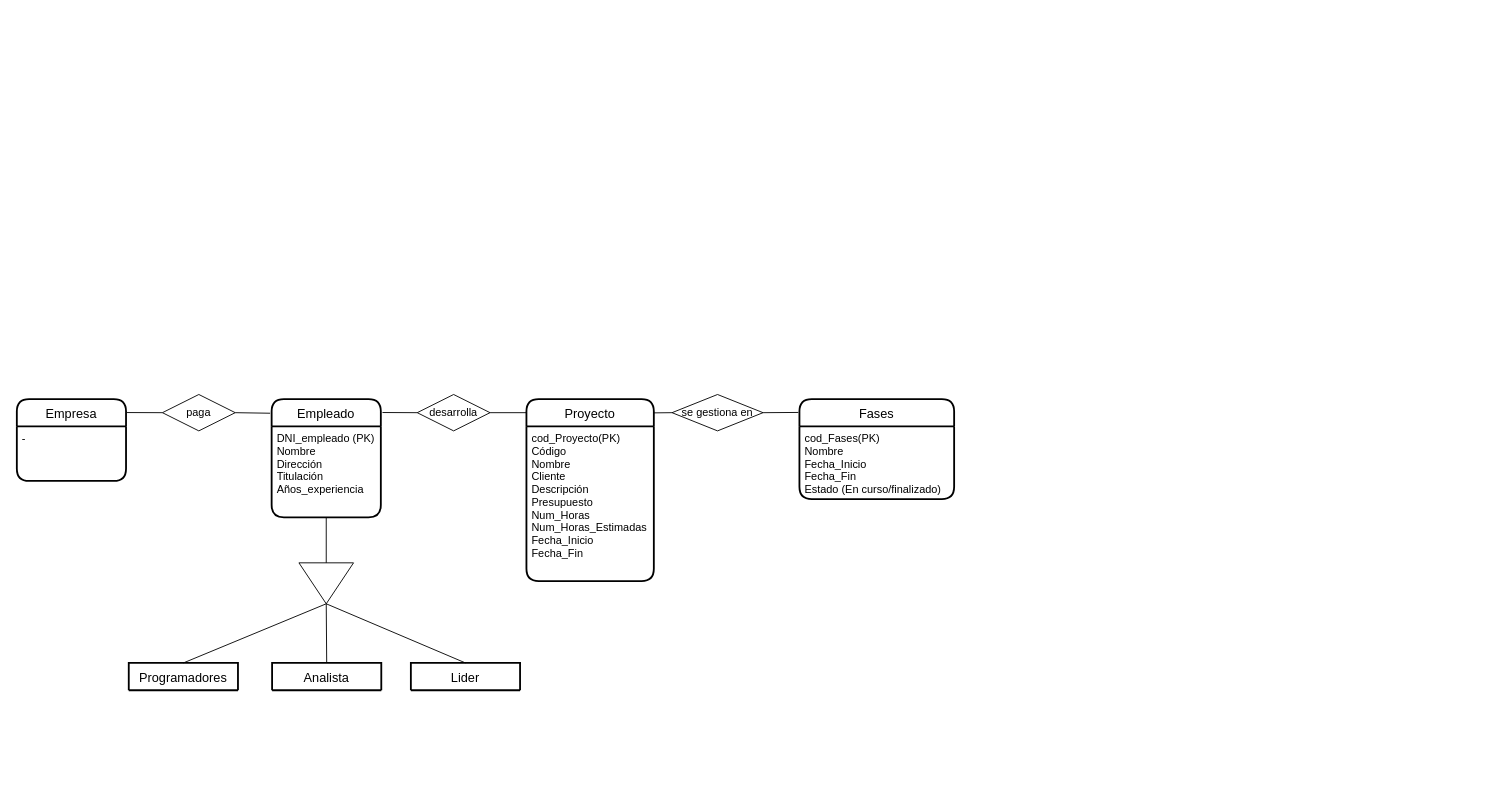
The draw.io diagram bbdd/Trimestre 2/Actividades/amado_cibreiro_andres_bd52/amado_cibreiro_andres_bd52.drawio in Amaado/DAM1_archives, before the edit. Source tidied: cells renumbered, new cells numbered last; positions are measured from the earlier drawing's top-left corner, leaving out a move shared by most shapes. Both pictures are drawn from the tidied source at 91%, with x=0, y=0 at pixel (16, 394).
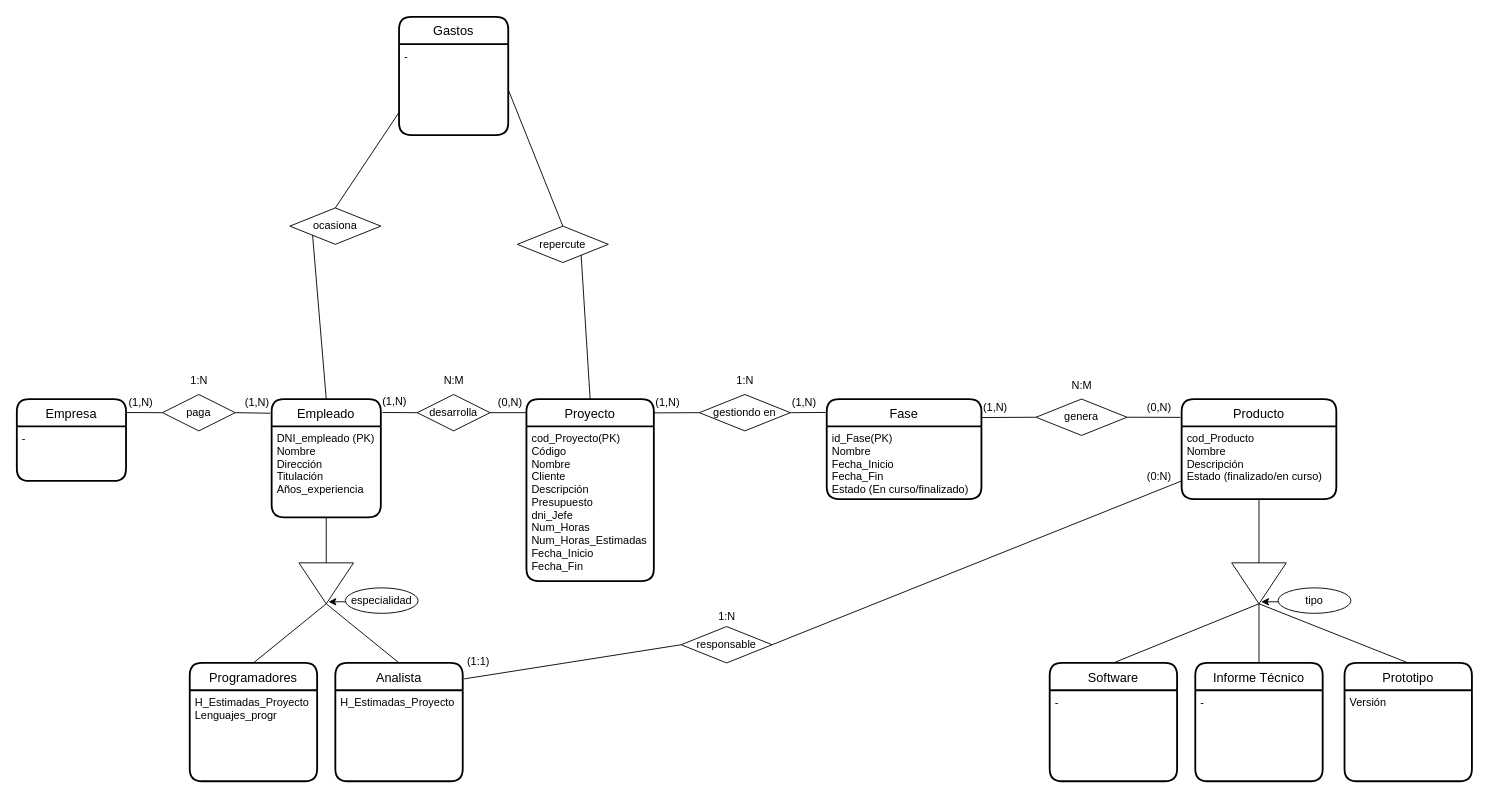
Above is the later version.

Unchanged cells that the change refers to:
```xml
<mxCell id="5" value="Proyecto" style="swimlane;horizontal=1;startSize=30;rounded=1;fontSize=14;fontStyle=0;strokeWidth=2;shadow=0;dashed=0;align=center;" parent="1" vertex="1">
  <mxGeometry x="560" y="5" width="140" height="200" as="geometry" />
</mxCell>
<mxCell id="10" value="Empleado" style="swimlane;horizontal=1;startSize=30;rounded=1;fontSize=14;fontStyle=0;strokeWidth=2;shadow=0;dashed=0;align=center;" parent="1" vertex="1">
  <mxGeometry x="280" y="5" width="120" height="130" as="geometry" />
</mxCell>
<mxCell id="14" style="triangle;whiteSpace=wrap;html=1;rotation=90;" parent="1" vertex="1">
  <mxGeometry x="317.5" y="177.5" width="45" height="60" as="geometry" />
</mxCell>
```

The edit, as a diff of the source:
```diff
@@
-    <mxCell id="6" value="cod_Proyecto(PK)&#10;Código&#10;Nombre&#10;Cliente&#10;Descripción&#10;Presupuesto&#10;Num_Horas&#10;Num_Horas_Estimadas&#10;Fecha_Inicio&#10;Fecha_Fin" style="align=left;strokeColor=none;fillColor=none;spacingLeft=4;fontSize=12;verticalAlign=top;fontStyle=0;" parent="5" vertex="1">
+    <mxCell id="6" value="cod_Proyecto(PK)&#10;Código&#10;Nombre&#10;Cliente&#10;Descripción&#10;Presupuesto&#10;dni_Jefe&#10;Num_Horas&#10;Num_Horas_Estimadas&#10;Fecha_Inicio&#10;Fecha_Fin" style="align=left;strokeColor=none;fillColor=none;spacingLeft=4;fontSize=12;verticalAlign=top;fontStyle=0;" parent="5" vertex="1">
       <mxGeometry y="30" width="140" height="170" as="geometry" />
     </mxCell>
-    <mxCell id="7" value="se gestiona en" style="shape=rhombus;perimeter=rhombusPerimeter;whiteSpace=wrap;html=1;align=center;" parent="1" vertex="1">
-      <mxGeometry x="720" width="100" height="40" as="geometry" />
+    <mxCell id="7" value="gestiondo en" style="shape=rhombus;perimeter=rhombusPerimeter;whiteSpace=wrap;html=1;align=center;" parent="1" vertex="1">
+      <mxGeometry x="750" width="100" height="40" as="geometry" />
     </mxCell>
-    <mxCell id="8" value="Fases" style="swimlane;horizontal=1;startSize=30;rounded=1;fontSize=14;fontStyle=0;strokeWidth=2;shadow=0;dashed=0;align=center;" parent="1" vertex="1">
-      <mxGeometry x="860" y="5" width="170" height="110" as="geometry" />
+    <mxCell id="8" value="Fase" style="swimlane;horizontal=1;startSize=30;rounded=1;fontSize=14;fontStyle=0;strokeWidth=2;shadow=0;dashed=0;align=center;" parent="1" vertex="1">
+      <mxGeometry x="890" y="5" width="170" height="110" as="geometry" />
     </mxCell>
-    <mxCell id="9" value="cod_Fases(PK)&#10;Nombre&#10;Fecha_Inicio&#10;Fecha_Fin&#10;Estado (En curso/finalizado)" style="align=left;strokeColor=none;fillColor=none;spacingLeft=4;fontSize=12;verticalAlign=top;fontStyle=0;" parent="8" vertex="1">
+    <mxCell id="9" value="id_Fase(PK)&#10;Nombre&#10;Fecha_Inicio&#10;Fecha_Fin&#10;Estado (En curso/finalizado)" style="align=left;strokeColor=none;fillColor=none;spacingLeft=4;fontSize=12;verticalAlign=top;fontStyle=0;" parent="8" vertex="1">
       <mxGeometry y="30" width="170" height="80" as="geometry" />
     </mxCell>
@@
-    <mxCell id="13" value="Analista" style="swimlane;horizontal=1;startSize=30;rounded=1;fontSize=14;fontStyle=0;strokeWidth=2;shadow=0;dashed=0;align=center;" parent="1" vertex="1" collapsed="1">
-      <mxGeometry x="280.5" y="295" width="120" height="30" as="geometry" />
+    <mxCell id="13" value="Analista" style="swimlane;horizontal=1;startSize=30;rounded=1;fontSize=14;fontStyle=0;strokeWidth=2;shadow=0;dashed=0;align=center;" parent="1" vertex="1">
+      <mxGeometry x="350" y="295" width="140" height="130" as="geometry" />
     </mxCell>
+    <mxCell id="27" value="H_Estimadas_Proyecto" style="align=left;strokeColor=none;fillColor=none;spacingLeft=4;fontSize=12;verticalAlign=top;fontStyle=0;" parent="13" vertex="1">
+      <mxGeometry y="30" width="140" height="100" as="geometry" />
+    </mxCell>
@@
-    <mxCell id="15" value="Lider" style="swimlane;horizontal=1;startSize=30;rounded=1;fontSize=14;fontStyle=0;strokeWidth=2;shadow=0;dashed=0;align=center;" parent="1" vertex="1" collapsed="1">
-      <mxGeometry x="433" y="295" width="120" height="30" as="geometry" />
-    </mxCell>
-    <mxCell id="16" value="Programadores" style="swimlane;horizontal=1;startSize=30;rounded=1;fontSize=14;fontStyle=0;strokeWidth=2;shadow=0;dashed=0;align=center;" parent="1" vertex="1" collapsed="1">
-      <mxGeometry x="123" y="295" width="120" height="30" as="geometry" />
+    <mxCell id="16" value="Programadores" style="swimlane;horizontal=1;startSize=30;rounded=1;fontSize=14;fontStyle=0;strokeWidth=2;shadow=0;dashed=0;align=center;" parent="1" vertex="1">
+      <mxGeometry x="190" y="295" width="140" height="130" as="geometry" />
     </mxCell>
+    <mxCell id="28" value="H_Estimadas_Proyecto&#10;Lenguajes_progr" style="align=left;strokeColor=none;fillColor=none;spacingLeft=4;fontSize=12;verticalAlign=top;fontStyle=0;" parent="16" vertex="1">
+      <mxGeometry y="30" width="140" height="100" as="geometry" />
+    </mxCell>
@@
-    <mxCell id="19" style="endArrow=none;html=1;entryX=0.5;entryY=0;entryDx=0;entryDy=0;exitX=1;exitY=0.5;exitDx=0;exitDy=0;" parent="1" edge="1" source="14" target="15">
-      <mxGeometry relative="1" as="geometry" />
-    </mxCell>
@@
+    <mxCell id="29" value="1:N" style="text;html=1;align=center;verticalAlign=middle;strokeColor=none;fillColor=none;" parent="1" vertex="1">
+      <mxGeometry x="780" y="-30" width="40" height="30" as="geometry" />
+    </mxCell>
+    <mxCell id="30" value="1:N" style="text;html=1;align=center;verticalAlign=middle;strokeColor=none;fillColor=none;" parent="1" vertex="1">
+      <mxGeometry x="180" y="-30" width="40" height="30" as="geometry" />
+    </mxCell>
+    <mxCell id="31" value="N:M" style="text;html=1;align=center;verticalAlign=middle;strokeColor=none;fillColor=none;" parent="1" vertex="1">
+      <mxGeometry x="455" y="-30" width="50" height="30" as="geometry" />
+    </mxCell>
+    <mxCell id="32" value="(1,N)" style="text;html=1;align=center;verticalAlign=middle;strokeColor=none;fillColor=none;" parent="1" vertex="1">
+      <mxGeometry x="111" y="-6" width="50" height="30" as="geometry" />
+    </mxCell>
+    <mxCell id="33" value="&lt;span style=&quot;color: rgb(0, 0, 0); font-family: Helvetica; font-size: 12px; font-style: normal; font-variant-ligatures: normal; font-variant-caps: normal; font-weight: 400; letter-spacing: normal; orphans: 2; text-align: center; text-indent: 0px; text-transform: none; widows: 2; word-spacing: 0px; -webkit-text-stroke-width: 0px; background-color: rgb(251, 251, 251); text-decoration-thickness: initial; text-decoration-style: initial; text-decoration-color: initial; float: none; display: inline !important;&quot;&gt;(1,N)&lt;/span&gt;" style="text;whiteSpace=wrap;html=1;" parent="1" vertex="1">
+      <mxGeometry x="249" y="-5" width="31" height="40" as="geometry" />
+    </mxCell>
+    <mxCell id="34" value="&lt;span style=&quot;color: rgb(0, 0, 0); font-family: Helvetica; font-size: 12px; font-style: normal; font-variant-ligatures: normal; font-variant-caps: normal; font-weight: 400; letter-spacing: normal; orphans: 2; text-align: center; text-indent: 0px; text-transform: none; widows: 2; word-spacing: 0px; -webkit-text-stroke-width: 0px; background-color: rgb(251, 251, 251); text-decoration-thickness: initial; text-decoration-style: initial; text-decoration-color: initial; float: none; display: inline !important;&quot;&gt;(1,N)&lt;/span&gt;" style="text;whiteSpace=wrap;html=1;" parent="1" vertex="1">
+      <mxGeometry x="400" y="-6" width="60" height="40" as="geometry" />
+    </mxCell>
+    <mxCell id="35" value="&lt;span style=&quot;color: rgb(0, 0, 0); font-family: Helvetica; font-size: 12px; font-style: normal; font-variant-ligatures: normal; font-variant-caps: normal; font-weight: 400; letter-spacing: normal; orphans: 2; text-align: center; text-indent: 0px; text-transform: none; widows: 2; word-spacing: 0px; -webkit-text-stroke-width: 0px; background-color: rgb(251, 251, 251); text-decoration-thickness: initial; text-decoration-style: initial; text-decoration-color: initial; float: none; display: inline !important;&quot;&gt;(0,N)&lt;/span&gt;" style="text;whiteSpace=wrap;html=1;" parent="1" vertex="1">
+      <mxGeometry x="527" y="-5" width="33" height="20" as="geometry" />
+    </mxCell>
+    <mxCell id="36" value="(1,N)" style="text;html=1;align=center;verticalAlign=middle;strokeColor=none;fillColor=none;" parent="1" vertex="1">
+      <mxGeometry x="690" y="-6" width="50" height="30" as="geometry" />
+    </mxCell>
+    <mxCell id="37" value="(1,N)" style="text;html=1;align=center;verticalAlign=middle;strokeColor=none;fillColor=none;" parent="1" vertex="1">
+      <mxGeometry x="840" y="-6" width="50" height="30" as="geometry" />
+    </mxCell>
+    <mxCell id="38" style="edgeStyle=orthogonalEdgeStyle;rounded=0;jettySize=auto;html=1;entryX=0.951;entryY=0.458;entryDx=0;entryDy=0;entryPerimeter=0;" parent="1" edge="1" target="14">
+      <mxGeometry relative="1" as="geometry">
+        <mxPoint x="410" y="217.5" as="sourcePoint" />
+        <Array as="points">
+          <mxPoint x="410" y="225" />
+          <mxPoint x="390" y="225" />
+          <mxPoint x="390" y="228" />
+        </Array>
+      </mxGeometry>
+    </mxCell>
+    <mxCell id="39" value="especialidad" style="ellipse;whiteSpace=wrap;html=1;" parent="1" vertex="1">
+      <mxGeometry x="361" y="212.5" width="80" height="28" as="geometry" />
+    </mxCell>
+    <mxCell id="40" value="genera" style="shape=rhombus;perimeter=rhombusPerimeter;whiteSpace=wrap;html=1;align=center;" parent="1" vertex="1">
+      <mxGeometry x="1120" y="5" width="100" height="40" as="geometry" />
+    </mxCell>
+    <mxCell id="41" value="Producto" style="swimlane;horizontal=1;startSize=30;rounded=1;fontSize=14;fontStyle=0;strokeWidth=2;shadow=0;dashed=0;align=center;" parent="1" vertex="1">
+      <mxGeometry x="1280" y="5" width="170" height="110" as="geometry" />
+    </mxCell>
+    <mxCell id="42" value="cod_Producto&#10;Nombre&#10;Descripción&#10;Estado (finalizado/en curso)" style="align=left;strokeColor=none;fillColor=none;spacingLeft=4;fontSize=12;verticalAlign=top;fontStyle=0;" parent="41" vertex="1">
+      <mxGeometry y="30" width="170" height="80" as="geometry" />
+    </mxCell>
+    <mxCell id="43" value="N:M" style="text;html=1;align=center;verticalAlign=middle;strokeColor=none;fillColor=none;" parent="1" vertex="1">
+      <mxGeometry x="1145" y="-25" width="50" height="30" as="geometry" />
+    </mxCell>
+    <mxCell id="44" value="(1,N)" style="text;html=1;align=center;verticalAlign=middle;strokeColor=none;fillColor=none;" parent="1" vertex="1">
+      <mxGeometry x="1050" width="50" height="30" as="geometry" />
+    </mxCell>
+    <mxCell id="45" style="endArrow=none;html=1;entryX=0;entryY=0.5;entryDx=0;entryDy=0;exitX=0.995;exitY=0.185;exitDx=0;exitDy=0;exitPerimeter=0;" parent="1" edge="1" source="8" target="40">
+      <mxGeometry relative="1" as="geometry" />
+    </mxCell>
+    <mxCell id="46" style="endArrow=none;html=1;exitX=1;exitY=0.5;exitDx=0;exitDy=0;entryX=0.972;entryY=0.838;entryDx=0;entryDy=0;entryPerimeter=0;" parent="1" edge="1" source="40" target="47">
+      <mxGeometry relative="1" as="geometry" />
+    </mxCell>
+    <mxCell id="47" value="(0,N)" style="text;html=1;align=center;verticalAlign=middle;points=[];strokeColor=none;fillColor=none;" parent="1" vertex="1">
+      <mxGeometry x="1230" width="50" height="30" as="geometry" />
+    </mxCell>
+    <mxCell id="48" value="Informe Técnico" style="swimlane;horizontal=1;startSize=30;rounded=1;fontSize=14;fontStyle=0;strokeWidth=2;shadow=0;dashed=0;align=center;" parent="1" vertex="1">
+      <mxGeometry x="1295" y="295" width="140" height="130" as="geometry" />
+    </mxCell>
+    <mxCell id="49" value="-" style="align=left;strokeColor=none;fillColor=none;spacingLeft=4;fontSize=12;verticalAlign=top;fontStyle=0;" parent="48" vertex="1">
+      <mxGeometry y="30" width="140" height="100" as="geometry" />
+    </mxCell>
+    <mxCell id="50" style="triangle;whiteSpace=wrap;html=1;rotation=90;" parent="1" vertex="1">
+      <mxGeometry x="1342.5" y="177.5" width="45" height="60" as="geometry" />
+    </mxCell>
+    <mxCell id="51" value="Software" style="swimlane;horizontal=1;startSize=30;rounded=1;fontSize=14;fontStyle=0;strokeWidth=2;shadow=0;dashed=0;align=center;" parent="1" vertex="1">
+      <mxGeometry x="1135" y="295" width="140" height="130" as="geometry" />
+    </mxCell>
+    <mxCell id="52" value="-" style="align=left;strokeColor=none;fillColor=none;spacingLeft=4;fontSize=12;verticalAlign=top;fontStyle=0;" parent="51" vertex="1">
+      <mxGeometry y="30" width="140" height="100" as="geometry" />
+    </mxCell>
+    <mxCell id="53" style="endArrow=none;html=1;entryX=1;entryY=0.5;entryDx=0;entryDy=0;exitX=0.5;exitY=0;exitDx=0;exitDy=0;" parent="1" edge="1" source="51" target="50">
+      <mxGeometry relative="1" as="geometry" />
+    </mxCell>
+    <mxCell id="54" style="endArrow=none;html=1;entryX=1;entryY=0.5;entryDx=0;entryDy=0;exitX=0.5;exitY=0;exitDx=0;exitDy=0;" parent="1" edge="1" source="48" target="50">
+      <mxGeometry relative="1" as="geometry" />
+    </mxCell>
+    <mxCell id="55" style="edgeStyle=orthogonalEdgeStyle;rounded=0;jettySize=auto;html=1;entryX=0.951;entryY=0.458;entryDx=0;entryDy=0;entryPerimeter=0;" parent="1" edge="1" target="50">
+      <mxGeometry relative="1" as="geometry">
+        <mxPoint x="1435" y="217.5" as="sourcePoint" />
+        <Array as="points">
+          <mxPoint x="1435" y="225" />
+          <mxPoint x="1415" y="225" />
+          <mxPoint x="1415" y="228" />
+        </Array>
+      </mxGeometry>
+    </mxCell>
+    <mxCell id="56" value="tipo" style="ellipse;whiteSpace=wrap;html=1;" parent="1" vertex="1">
+      <mxGeometry x="1386" y="212.5" width="80" height="28" as="geometry" />
+    </mxCell>
+    <mxCell id="57" style="endArrow=none;html=1;entryX=0;entryY=0.5;entryDx=0;entryDy=0;exitX=0.5;exitY=1;exitDx=0;exitDy=0;" parent="1" edge="1" source="42" target="50">
+      <mxGeometry relative="1" as="geometry" />
+    </mxCell>
+    <mxCell id="58" value="Prototipo" style="swimlane;horizontal=1;startSize=30;rounded=1;fontSize=14;fontStyle=0;strokeWidth=2;shadow=0;dashed=0;align=center;" parent="1" vertex="1">
+      <mxGeometry x="1459" y="295" width="140" height="130" as="geometry" />
+    </mxCell>
+    <mxCell id="59" value="Versión" style="align=left;strokeColor=none;fillColor=none;spacingLeft=4;fontSize=12;verticalAlign=top;fontStyle=0;" parent="58" vertex="1">
+      <mxGeometry y="30" width="140" height="100" as="geometry" />
+    </mxCell>
+    <mxCell id="60" style="endArrow=none;html=1;entryX=1;entryY=0.5;entryDx=0;entryDy=0;exitX=0.5;exitY=0;exitDx=0;exitDy=0;" parent="1" edge="1" source="58" target="50">
+      <mxGeometry relative="1" as="geometry" />
+    </mxCell>
+    <mxCell id="61" style="endArrow=none;html=1;entryX=0;entryY=0.75;entryDx=0;entryDy=0;exitX=1;exitY=0.5;exitDx=0;exitDy=0;" parent="1" edge="1" source="62" target="42">
+      <mxGeometry relative="1" as="geometry" />
+    </mxCell>
+    <mxCell id="62" value="responsable" style="shape=rhombus;perimeter=rhombusPerimeter;whiteSpace=wrap;html=1;align=center;" parent="1" vertex="1">
+      <mxGeometry x="730" y="255" width="100" height="40" as="geometry" />
+    </mxCell>
+    <mxCell id="63" style="endArrow=none;html=1;entryX=0;entryY=0.5;entryDx=0;entryDy=0;exitX=1.011;exitY=0.135;exitDx=0;exitDy=0;exitPerimeter=0;" parent="1" edge="1" source="13" target="62">
+      <mxGeometry relative="1" as="geometry" />
+    </mxCell>
+    <mxCell id="64" value="1:N" style="text;html=1;align=center;verticalAlign=middle;strokeColor=none;fillColor=none;" parent="1" vertex="1">
+      <mxGeometry x="760" y="229" width="40" height="30" as="geometry" />
+    </mxCell>
+    <mxCell id="65" value="(1:1)" style="text;html=1;align=center;verticalAlign=middle;strokeColor=none;fillColor=none;" parent="1" vertex="1">
+      <mxGeometry x="482" y="279" width="50" height="30" as="geometry" />
+    </mxCell>
+    <mxCell id="66" value="(0:N)" style="text;html=1;align=center;verticalAlign=middle;strokeColor=none;fillColor=none;" parent="1" vertex="1">
+      <mxGeometry x="1230" y="75" width="50" height="30" as="geometry" />
+    </mxCell>
+    <mxCell id="67" value="ocasiona" style="shape=rhombus;perimeter=rhombusPerimeter;whiteSpace=wrap;html=1;align=center;" parent="1" vertex="1">
+      <mxGeometry x="300" y="-205" width="100" height="40" as="geometry" />
+    </mxCell>
+    <mxCell id="68" style="endArrow=none;html=1;exitX=0.5;exitY=0;exitDx=0;exitDy=0;entryX=0;entryY=1;entryDx=0;entryDy=0;" parent="1" edge="1" source="10" target="67">
+      <mxGeometry relative="1" as="geometry" />
+    </mxCell>
+    <mxCell id="69" style="endArrow=none;html=1;exitX=0.5;exitY=0;exitDx=0;exitDy=0;" parent="1" edge="1" source="5">
+      <mxGeometry relative="1" as="geometry">
+        <mxPoint x="620" y="-155" as="targetPoint" />
+      </mxGeometry>
+    </mxCell>
+    <mxCell id="70" style="endArrow=none;html=1;entryX=0.5;entryY=0;entryDx=0;entryDy=0;exitX=0;exitY=0.75;exitDx=0;exitDy=0;" parent="1" edge="1" source="72" target="67">
+      <mxGeometry relative="1" as="geometry" />
+    </mxCell>
+    <mxCell id="71" value="Gastos" style="swimlane;horizontal=1;startSize=30;rounded=1;fontSize=14;fontStyle=0;strokeWidth=2;shadow=0;dashed=0;align=center;" parent="1" vertex="1">
+      <mxGeometry x="420" y="-415" width="120" height="130" as="geometry" />
+    </mxCell>
+    <mxCell id="72" value="-" style="align=left;strokeColor=none;fillColor=none;spacingLeft=4;fontSize=12;verticalAlign=top;fontStyle=0;" parent="71" vertex="1">
+      <mxGeometry y="30" width="120" height="100" as="geometry" />
+    </mxCell>
+    <mxCell id="73" value="repercute" style="shape=rhombus;perimeter=rhombusPerimeter;whiteSpace=wrap;html=1;align=center;" parent="1" vertex="1">
+      <mxGeometry x="550" y="-185" width="100" height="40" as="geometry" />
+    </mxCell>
+    <mxCell id="74" style="endArrow=none;html=1;entryX=0.5;entryY=0;entryDx=0;entryDy=0;exitX=1;exitY=0.5;exitDx=0;exitDy=0;" parent="1" edge="1" source="72" target="73">
+      <mxGeometry relative="1" as="geometry" />
+    </mxCell>
```
